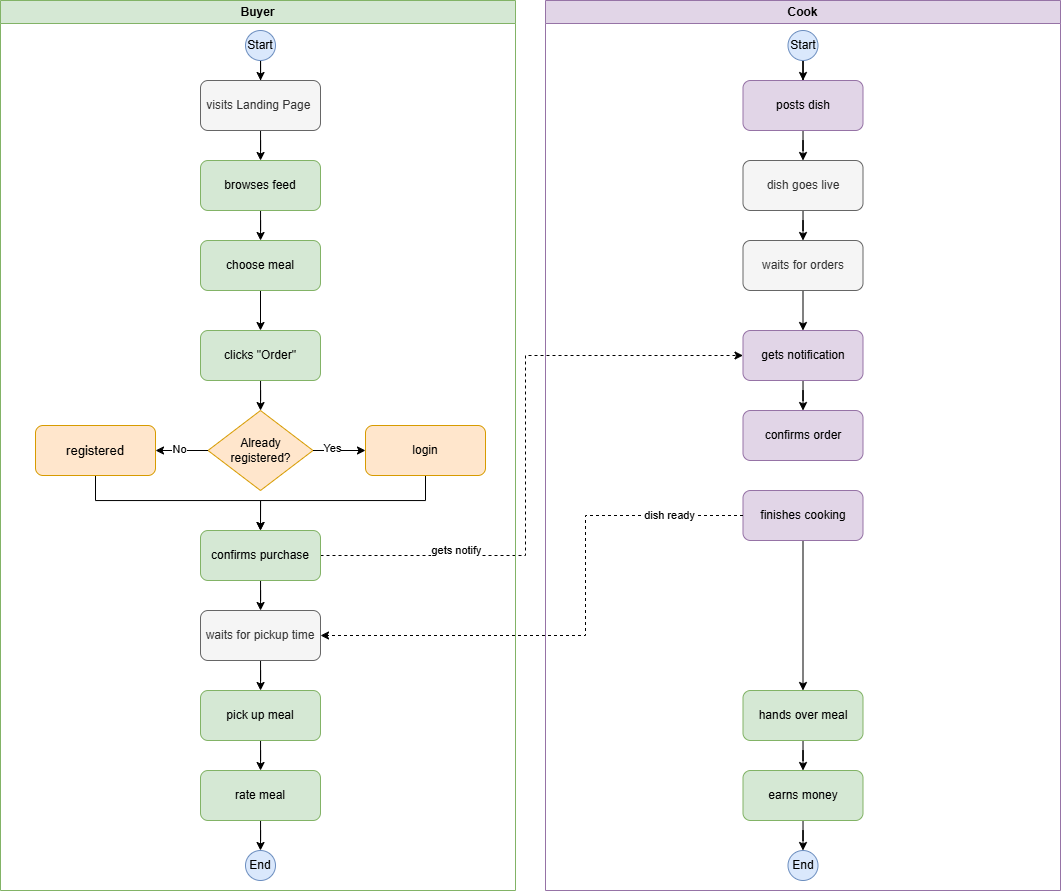
MrGreeeenTea/Dorm-Dine keeps this draw.io diagram as docs/assets/images/Happy_Path_DD.png. Above is the earlier version. Source tidied: cells renumbered, new cells last; positions are measured from the earlier drawing's top-left corner, leaving out a move shared by most shapes.
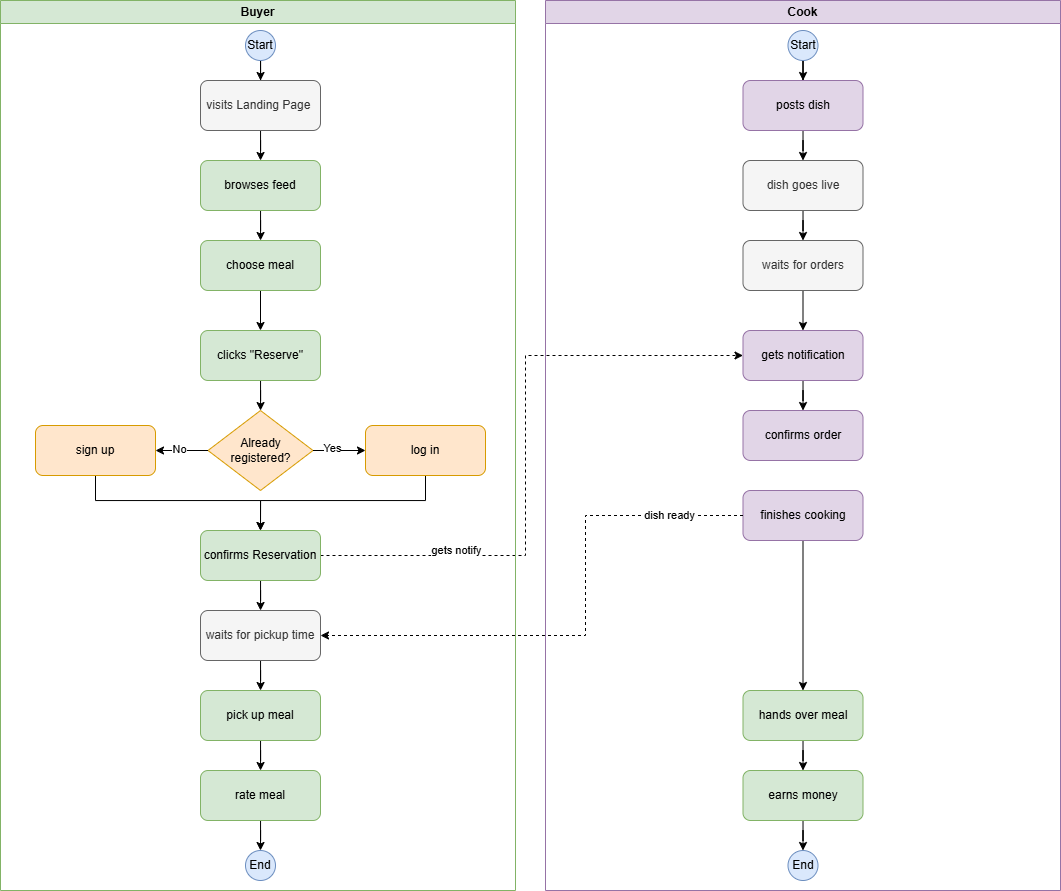
Later version of the same file.

Diff of the diagram source:
```diff
@@ -29,7 +29,7 @@
     <mxCell id="10" style="edgeStyle=orthogonalEdgeStyle;rounded=0;jettySize=auto;html=1;" parent="1" edge="1" source="11" target="26">
       <mxGeometry relative="1" as="geometry" />
     </mxCell>
-    <mxCell id="11" value="clicks &quot;Order&quot;" style="rounded=1;whiteSpace=wrap;html=1;fillColor=#d5e8d4;strokeColor=#82b366;" parent="1" vertex="1">
+    <mxCell id="11" value="clicks &quot;Reserve&quot;" style="rounded=1;whiteSpace=wrap;html=1;fillColor=#d5e8d4;strokeColor=#82b366;" parent="1" vertex="1">
       <mxGeometry x="200" y="330" width="120" height="50" as="geometry" />
     </mxCell>
     <mxCell id="12" style="edgeStyle=orthogonalEdgeStyle;rounded=0;jettySize=auto;html=1;entryX=0.5;entryY=0;entryDx=0;entryDy=0;exitX=0.5;exitY=1;exitDx=0;exitDy=0;" parent="1" edge="1" source="30" target="17">
@@ -64,7 +64,7 @@
         <mxPoint x="-40" y="-2" as="offset" />
       </mxGeometry>
     </mxCell>
-    <mxCell id="17" value="confirms purchase" style="rounded=1;whiteSpace=wrap;html=1;fillColor=#d5e8d4;strokeColor=#82b366;" parent="1" vertex="1">
+    <mxCell id="17" value="confirms Reservation" style="rounded=1;whiteSpace=wrap;html=1;fillColor=#d5e8d4;strokeColor=#82b366;" parent="1" vertex="1">
       <mxGeometry x="200" y="530" width="120" height="50" as="geometry" />
     </mxCell>
     <mxCell id="18" style="edgeStyle=orthogonalEdgeStyle;rounded=0;jettySize=auto;html=1;" parent="1" edge="1" source="19" target="21">
@@ -94,7 +94,7 @@
     <mxCell id="26" value="Already registered?" style="rhombus;whiteSpace=wrap;html=1;fillColor=#ffe6cc;strokeColor=#d79b00;" parent="25" vertex="1">
       <mxGeometry x="207.5" y="410" width="105" height="80" as="geometry" />
     </mxCell>
-    <mxCell id="27" value="login" style="rounded=1;whiteSpace=wrap;html=1;fillColor=#ffe6cc;strokeColor=#d79b00;" parent="25" vertex="1">
+    <mxCell id="27" value="log in" style="rounded=1;whiteSpace=wrap;html=1;fillColor=#ffe6cc;strokeColor=#d79b00;" parent="25" vertex="1">
       <mxGeometry x="365" y="425" width="120" height="50" as="geometry" />
     </mxCell>
     <mxCell id="28" style="edgeStyle=orthogonalEdgeStyle;rounded=0;jettySize=auto;html=1;entryX=0;entryY=0.5;entryDx=0;entryDy=0;" parent="25" edge="1" source="26" target="27">
@@ -103,7 +103,7 @@
     <mxCell id="29" value="Yes" style="edgeLabel;html=1;align=center;verticalAlign=middle;" parent="28" vertex="1">
       <mxGeometry x="-0.27" y="2" relative="1" as="geometry" />
     </mxCell>
-    <mxCell id="30" value="&lt;a rel=&quot;nofollow&quot; href=&quot;https://www.dict.cc/?s=registered&amp;amp;failed_kw=registieren&quot; style=&quot;color: black; text-decoration-line: none; font-family: arial, helvetica, sans-serif; font-size: 13px; text-align: start;&quot;&gt;registered&lt;/a&gt;" style="rounded=1;whiteSpace=wrap;html=1;fillColor=#ffe6cc;strokeColor=#d79b00;" parent="25" vertex="1">
+    <mxCell id="30" value="sign up" style="rounded=1;whiteSpace=wrap;html=1;fillColor=#ffe6cc;strokeColor=#d79b00;" parent="25" vertex="1">
       <mxGeometry x="35" y="425" width="120" height="50" as="geometry" />
     </mxCell>
     <mxCell id="31" style="edgeStyle=orthogonalEdgeStyle;rounded=0;jettySize=auto;html=1;" parent="25" edge="1" source="26" target="30">
```
